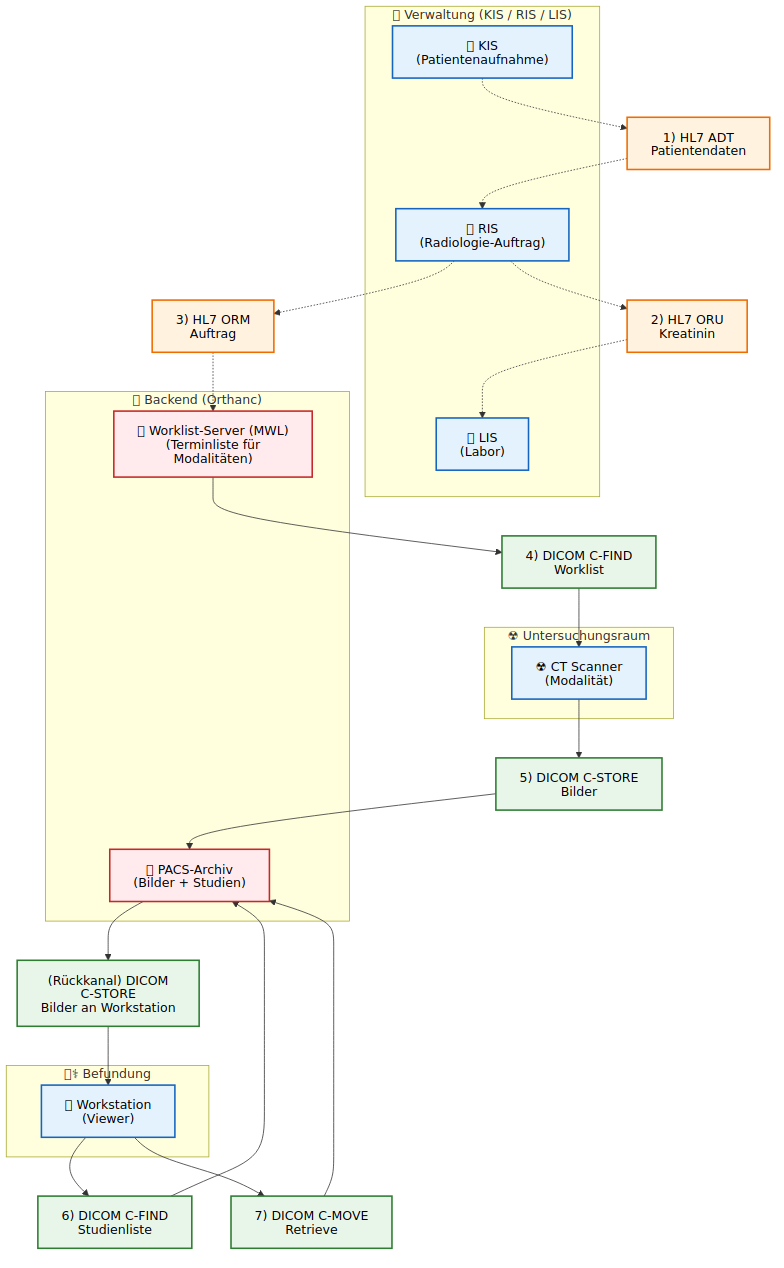
Earlier version of the Mermaid export docs/workflow.png (kebohn/radiology-workflow-simulator). Its source is kept beside it as docs/workflow.mermaid. Source of this version:
```mermaid
%%{init: {'flowchart': {'htmlLabels': false}} }%%
flowchart TB
classDef system fill:#e3f2fd,stroke:#1565c0,stroke-width:2px,color:#000
classDef backend fill:#ffebee,stroke:#c62828,stroke-width:2px,color:#000
classDef hl7 fill:#fff3e0,stroke:#ef6c00,stroke-width:2px,color:#000
classDef dicom fill:#e8f5e9,stroke:#2e7d32,stroke-width:2px,color:#000

subgraph Verwaltung["🏥 Verwaltung (KIS / RIS / LIS)"]
    direction LR
    KIS["🖥️ KIS\n(Patientenaufnahme)"]
    RIS["📋 RIS\n(Radiologie-Auftrag)"]
    LIS["🧪 LIS\n(Labor)"]
end

subgraph Backend["💾 Backend (Orthanc)"]
    direction LR
    MWLServer["📋 Worklist-Server (MWL)\n(Terminliste für Modalitäten)"]
    PACS["📦 PACS-Archiv\n(Bilder + Studien)"]
end

subgraph Untersuchung["☢️ Untersuchungsraum"]
    direction TB
    Modality["☢️ CT Scanner\n(Modalität)"]
end

subgraph Befundung["👨‍⚕️ Befundung"]
    direction TB
    Workstation["🖥️ Workstation\n(Viewer)"]
end

ADT["1) HL7 ADT\nPatientendaten"]
ORU["2) HL7 ORU\nKreatinin"]
ORM["3) HL7 ORM\nAuftrag"]
MWL["4) DICOM C-FIND\nWorklist"]
STORE["5) DICOM C-STORE\nBilder"]
QFIND["6) DICOM C-FIND\nStudienliste"]
CMOVE["7) DICOM C-MOVE\nRetrieve"]
WSSTORE["(Rückkanal) DICOM C-STORE\nBilder an Workstation"]

class KIS,RIS,LIS,Modality,Workstation system
class MWLServer,PACS backend
class ADT,ORU,ORM hl7
class MWL,STORE,QFIND,CMOVE,WSSTORE dicom

KIS -.-> ADT -.-> RIS
RIS -.-> ORU -.-> LIS
RIS -.-> ORM -.-> MWLServer

MWLServer --> MWL --> Modality
Modality --> STORE --> PACS

Workstation --> QFIND --> PACS
Workstation --> CMOVE --> PACS
PACS --> WSSTORE --> Workstation
```
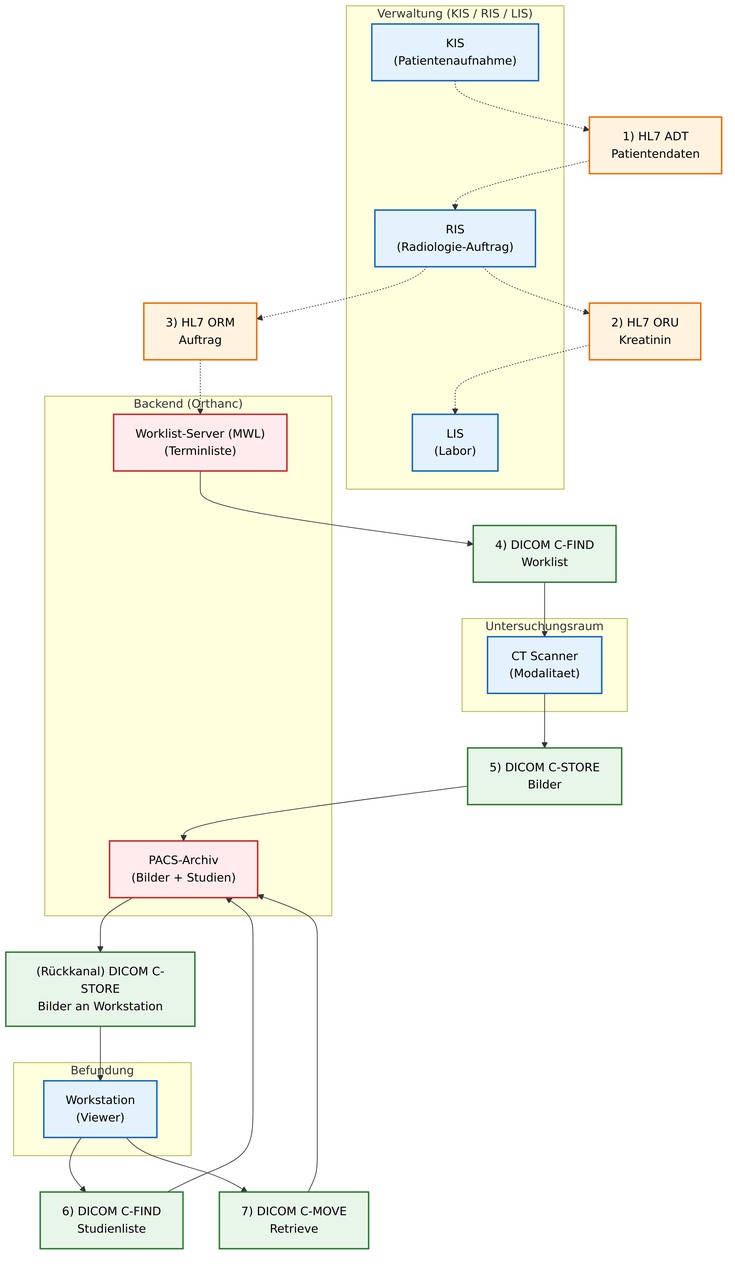
After the commit.

Diff of the diagram source:
```diff
@@ -5,27 +5,27 @@
 classDef hl7 fill:#fff3e0,stroke:#ef6c00,stroke-width:2px,color:#000
 classDef dicom fill:#e8f5e9,stroke:#2e7d32,stroke-width:2px,color:#000
 
-subgraph Verwaltung["🏥 Verwaltung (KIS / RIS / LIS)"]
+subgraph Verwaltung["Verwaltung (KIS / RIS / LIS)"]
     direction LR
-    KIS["🖥️ KIS\n(Patientenaufnahme)"]
-    RIS["📋 RIS\n(Radiologie-Auftrag)"]
-    LIS["🧪 LIS\n(Labor)"]
+    KIS["KIS\n(Patientenaufnahme)"]
+    RIS["RIS\n(Radiologie-Auftrag)"]
+    LIS["LIS\n(Labor)"]
 end
 
-subgraph Backend["💾 Backend (Orthanc)"]
+subgraph Backend["Backend (Orthanc)"]
     direction LR
-    MWLServer["📋 Worklist-Server (MWL)\n(Terminliste für Modalitäten)"]
-    PACS["📦 PACS-Archiv\n(Bilder + Studien)"]
+    MWLServer["Worklist-Server (MWL)\n(Terminliste)"]
+    PACS["PACS-Archiv\n(Bilder + Studien)"]
 end
 
-subgraph Untersuchung["☢️ Untersuchungsraum"]
+subgraph Untersuchung["Untersuchungsraum"]
     direction TB
-    Modality["☢️ CT Scanner\n(Modalität)"]
+    Modality["CT Scanner\n(Modalitaet)"]
 end
 
-subgraph Befundung["👨‍⚕️ Befundung"]
+subgraph Befundung["Befundung"]
     direction TB
-    Workstation["🖥️ Workstation\n(Viewer)"]
+    Workstation["Workstation\n(Viewer)"]
 end
 
 ADT["1) HL7 ADT\nPatientendaten"]
```
